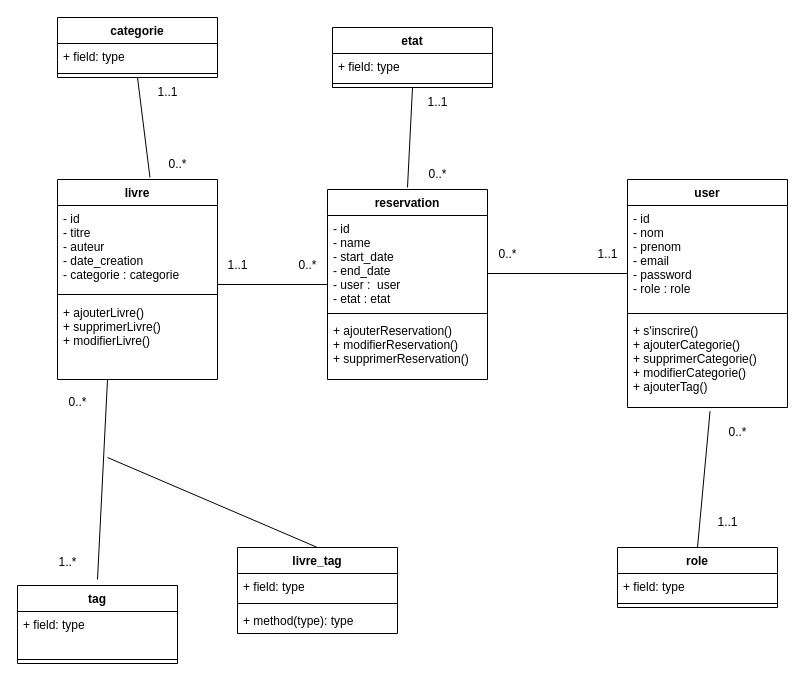
The draw.io diagram UML/ClassDiagram.dio in yassir346/BiblioSchool, before the edit. Source tidied: cells renumbered, new cells numbered last; positions are measured from the earlier drawing's top-left corner, leaving out a move shared by most shapes. Both pictures are drawn from the tidied source at 100%, with x=0, y=0 at pixel (17, 17).
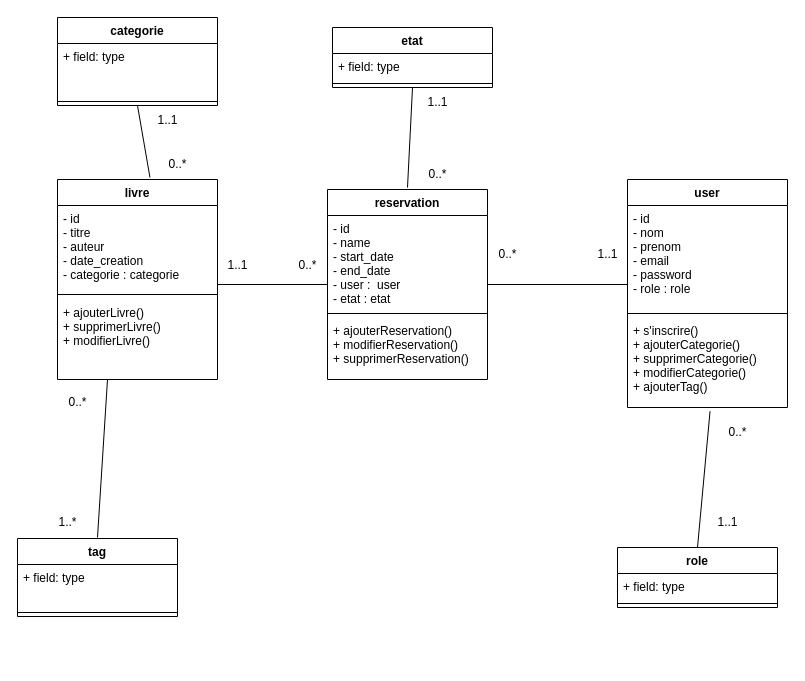
After the change.

The change refers to these unchanged cells:
```xml
<mxCell id="13" value="livre" style="swimlane;fontStyle=1;align=center;verticalAlign=top;horizontal=1;startSize=26;" parent="1" vertex="1">
  <mxGeometry x="40" y="162" width="160" height="200" as="geometry" />
</mxCell>
```

The edit, as a diff of the source:
```diff
@@
     <mxCell id="10" style="line;strokeWidth=1;fillColor=none;align=left;verticalAlign=middle;spacingTop=-1;spacingLeft=3;spacingRight=3;labelPosition=right;strokeColor=inherit;" parent="1" vertex="1">
-      <mxGeometry x="470" y="252" width="140" height="8" as="geometry" />
+      <mxGeometry x="470" y="263" width="140" height="8" as="geometry" />
     </mxCell>
@@
     <mxCell id="20" value="tag" style="swimlane;fontStyle=1;align=center;verticalAlign=top;horizontal=1;startSize=26;" parent="1" vertex="1">
-      <mxGeometry y="568" width="160" height="78" as="geometry" />
+      <mxGeometry y="521" width="160" height="78" as="geometry" />
     </mxCell>
@@
     <mxCell id="23" value="categorie" style="swimlane;fontStyle=1;align=center;verticalAlign=top;horizontal=1;startSize=26;" parent="1" vertex="1">
-      <mxGeometry x="40" width="160" height="60" as="geometry" />
+      <mxGeometry x="40" width="160" height="88" as="geometry" />
     </mxCell>
-    <mxCell id="24" value="+ field: type" style="text;strokeColor=none;fillColor=none;align=left;verticalAlign=top;spacingLeft=4;spacingRight=4;overflow=hidden;" parent="23" vertex="1">
-      <mxGeometry y="26" width="160" height="26" as="geometry" />
+    <mxCell id="24" value="+ field: type&#10;" style="text;strokeColor=none;fillColor=none;align=left;verticalAlign=top;spacingLeft=4;spacingRight=4;overflow=hidden;" parent="23" vertex="1">
+      <mxGeometry y="26" width="160" height="54" as="geometry" />
     </mxCell>
     <mxCell id="25" style="line;strokeWidth=1;fillColor=none;align=left;verticalAlign=middle;spacingTop=-1;spacingLeft=3;spacingRight=3;labelPosition=right;strokeColor=inherit;" parent="23" vertex="1">
-      <mxGeometry y="52" width="160" height="8" as="geometry" />
+      <mxGeometry y="80" width="160" height="8" as="geometry" />
     </mxCell>
-    <mxCell id="26" value="livre_tag" style="swimlane;fontStyle=1;align=center;verticalAlign=top;horizontal=1;startSize=26;" parent="1" vertex="1">
-      <mxGeometry x="220" y="530" width="160" height="86" as="geometry" />
-    </mxCell>
-    <mxCell id="27" value="+ field: type" style="text;strokeColor=none;fillColor=none;align=left;verticalAlign=top;spacingLeft=4;spacingRight=4;overflow=hidden;" parent="26" vertex="1">
-      <mxGeometry y="26" width="160" height="26" as="geometry" />
-    </mxCell>
-    <mxCell id="28" style="line;strokeWidth=1;fillColor=none;align=left;verticalAlign=middle;spacingTop=-1;spacingLeft=3;spacingRight=3;labelPosition=right;strokeColor=inherit;" parent="26" vertex="1">
-      <mxGeometry y="52" width="160" height="8" as="geometry" />
-    </mxCell>
-    <mxCell id="29" value="+ method(type): type" style="text;strokeColor=none;fillColor=none;align=left;verticalAlign=top;spacingLeft=4;spacingRight=4;overflow=hidden;" parent="26" vertex="1">
-      <mxGeometry y="60" width="160" height="26" as="geometry" />
-    </mxCell>
@@
-    <mxCell id="33" style="endArrow=none;html=1;entryX=0.578;entryY=-0.01;entryDx=0;entryDy=0;entryPerimeter=0;" parent="1" edge="1" target="13">
-      <mxGeometry relative="1" as="geometry">
-        <mxPoint x="120" y="60" as="sourcePoint" />
-      </mxGeometry>
+    <mxCell id="33" style="endArrow=none;html=1;entryX=0.578;entryY=-0.01;entryDx=0;entryDy=0;entryPerimeter=0;exitX=0.5;exitY=1;exitDx=0;exitDy=0;" parent="1" edge="1" source="23" target="13">
+      <mxGeometry relative="1" as="geometry" />
     </mxCell>
-    <mxCell id="34" style="endArrow=none;html=1;exitX=0.5;exitY=0;exitDx=0;exitDy=0;" parent="1" edge="1">
+    <mxCell id="34" style="endArrow=none;html=1;" parent="1" edge="1">
       <mxGeometry relative="1" as="geometry">
-        <mxPoint x="80" y="562" as="sourcePoint" />
+        <mxPoint x="80" y="520" as="sourcePoint" />
         <mxPoint x="90" y="362" as="targetPoint" />
       </mxGeometry>
     </mxCell>
-    <mxCell id="35" style="endArrow=none;html=1;entryX=0.5;entryY=0;entryDx=0;entryDy=0;" parent="1" edge="1" target="26">
-      <mxGeometry relative="1" as="geometry">
-        <mxPoint x="90" y="440" as="sourcePoint" />
-      </mxGeometry>
-    </mxCell>
@@
     <mxCell id="46" value="1..1" style="text;html=1;align=center;verticalAlign=middle;strokeColor=none;fillColor=none;" parent="1" vertex="1">
-      <mxGeometry x="130" y="60" width="40" height="30" as="geometry" />
+      <mxGeometry x="130" y="88" width="40" height="30" as="geometry" />
     </mxCell>
@@
     <mxCell id="48" value="1..*" style="text;html=1;align=center;verticalAlign=middle;strokeColor=none;fillColor=none;" parent="1" vertex="1">
-      <mxGeometry x="30" y="530" width="40" height="30" as="geometry" />
+      <mxGeometry x="30" y="490" width="40" height="30" as="geometry" />
     </mxCell>
```
